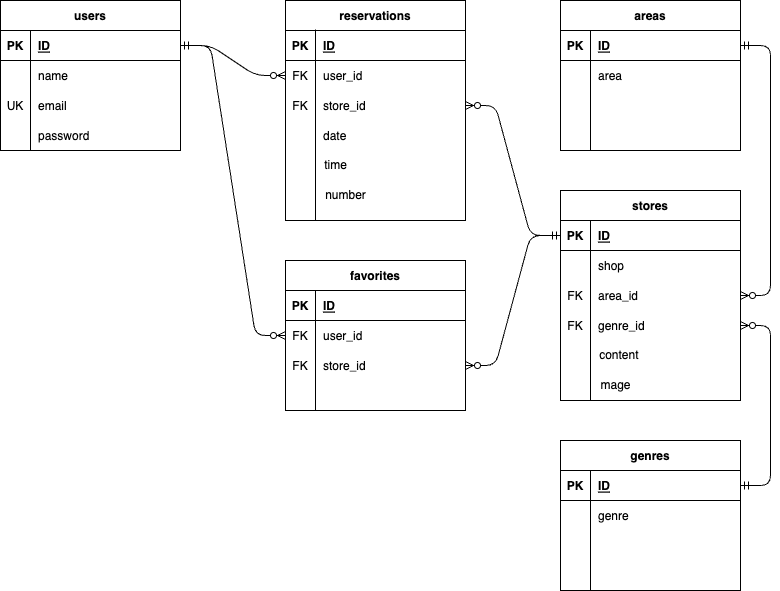
Above: src/public/image/index.drawio.png in riechii/rese (draw.io), before the change. Source tidied: cells renumbered, new cells last; positions are measured from the earlier drawing's top-left corner, leaving out a move shared by most shapes.
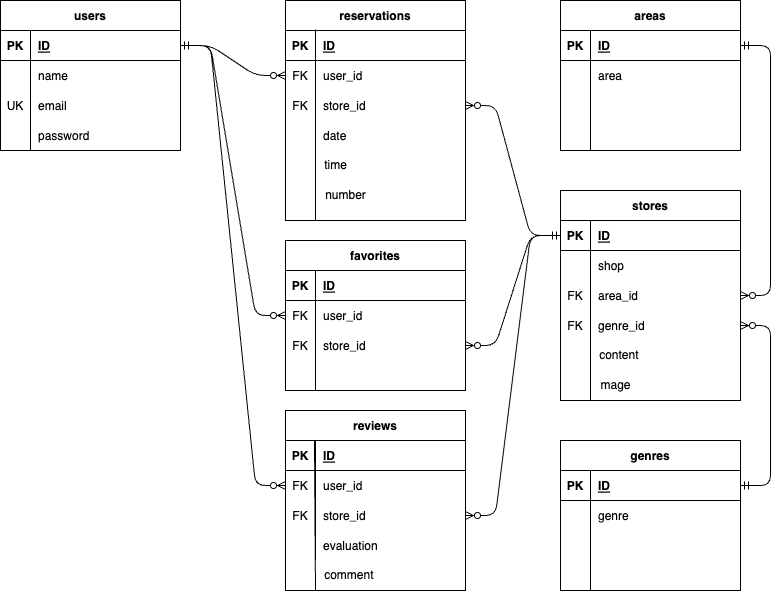
The same diagram one commit later.

Diff of the diagram source:
```diff
@@ -81,7 +81,7 @@
       <mxGeometry x="30" width="150" height="30" as="geometry" />
     </mxCell>
     <mxCell id="28" value="favorites" style="shape=table;startSize=30;rowLines=0;fontStyle=1;align=center;" parent="1" vertex="1">
-      <mxGeometry x="285" y="260" width="180" height="150" as="geometry" />
+      <mxGeometry x="285" y="240" width="180" height="150" as="geometry" />
     </mxCell>
     <mxCell id="29" style="shape=tableRow;horizontal=0;startSize=0;swimlaneHead=0;swimlaneBody=0;fillColor=none;top=0;left=0;right=0;bottom=1;" parent="28" vertex="1">
       <mxGeometry y="30" width="180" height="30" as="geometry" />
@@ -276,5 +276,56 @@
     <mxCell id="91" style="edgeStyle=entityRelationEdgeStyle;fontSize=12;html=1;endArrow=ERzeroToMany;startArrow=ERmandOne;exitX=0;exitY=0.5;exitDx=0;exitDy=0;entryX=1;entryY=0.5;entryDx=0;entryDy=0;" parent="1" edge="1" source="42" target="35">
       <mxGeometry relative="1" as="geometry" />
     </mxCell>
+    <mxCell id="92" value="reviews" style="shape=table;startSize=30;rowLines=0;fontStyle=1;align=center;" parent="1" vertex="1">
+      <mxGeometry x="285" y="410" width="180" height="180" as="geometry" />
+    </mxCell>
+    <mxCell id="93" style="shape=tableRow;horizontal=0;startSize=0;swimlaneHead=0;swimlaneBody=0;fillColor=none;points=[[0,0.5],[1,0.5]];portConstraint=eastwest;top=0;left=0;right=0;bottom=1;" parent="92" vertex="1">
+      <mxGeometry y="30" width="180" height="30" as="geometry" />
+    </mxCell>
+    <mxCell id="94" value="PK" style="shape=partialRectangle;fillColor=none;top=0;left=0;bottom=0;right=0;fontStyle=1;overflow=hidden;" parent="93" vertex="1">
+      <mxGeometry width="30" height="30" as="geometry" />
+    </mxCell>
+    <mxCell id="95" value="ID" style="shape=partialRectangle;fillColor=none;top=0;left=0;bottom=0;right=0;align=left;spacingLeft=6;fontStyle=5;overflow=hidden;" parent="93" vertex="1">
+      <mxGeometry x="30" width="150" height="30" as="geometry" />
+    </mxCell>
+    <mxCell id="96" style="shape=tableRow;horizontal=0;startSize=0;swimlaneHead=0;swimlaneBody=0;fillColor=none;points=[[0,0.5],[1,0.5]];portConstraint=eastwest;top=0;left=0;right=0;bottom=0;" parent="92" vertex="1">
+      <mxGeometry y="60" width="180" height="30" as="geometry" />
+    </mxCell>
+    <mxCell id="97" value="FK" style="shape=partialRectangle;fillColor=none;top=0;left=0;bottom=0;right=0;overflow=hidden;" parent="96" vertex="1">
+      <mxGeometry width="30" height="30" as="geometry" />
+    </mxCell>
+    <mxCell id="98" value="user_id" style="shape=partialRectangle;fillColor=none;top=0;left=0;bottom=0;right=0;align=left;spacingLeft=6;overflow=hidden;" parent="96" vertex="1">
+      <mxGeometry x="30" width="150" height="30" as="geometry" />
+    </mxCell>
+    <mxCell id="99" style="shape=tableRow;horizontal=0;startSize=0;swimlaneHead=0;swimlaneBody=0;fillColor=none;points=[[0,0.5],[1,0.5]];portConstraint=eastwest;top=0;left=0;right=0;bottom=0;" parent="92" vertex="1">
+      <mxGeometry y="90" width="180" height="30" as="geometry" />
+    </mxCell>
+    <mxCell id="100" value="FK" style="shape=partialRectangle;fillColor=none;top=0;left=0;bottom=0;right=0;overflow=hidden;" parent="99" vertex="1">
+      <mxGeometry width="30" height="30" as="geometry" />
+    </mxCell>
+    <mxCell id="101" value="store_id" style="shape=partialRectangle;fillColor=none;top=0;left=0;bottom=0;right=0;align=left;spacingLeft=6;overflow=hidden;" parent="99" vertex="1">
+      <mxGeometry x="30" width="150" height="30" as="geometry" />
+    </mxCell>
+    <mxCell id="102" style="shape=tableRow;horizontal=0;startSize=0;swimlaneHead=0;swimlaneBody=0;fillColor=none;top=0;left=0;right=0;bottom=0;" parent="92" vertex="1">
+      <mxGeometry y="120" width="180" height="30" as="geometry" />
+    </mxCell>
+    <mxCell id="103" style="shape=partialRectangle;fillColor=none;top=0;left=0;bottom=0;right=0;overflow=hidden;" parent="102" vertex="1">
+      <mxGeometry width="30" height="30" as="geometry" />
+    </mxCell>
+    <mxCell id="104" value="evaluation" style="shape=partialRectangle;fillColor=none;top=0;left=0;bottom=0;right=0;align=left;spacingLeft=6;overflow=hidden;" parent="102" vertex="1">
+      <mxGeometry x="30" width="150" height="30" as="geometry" />
+    </mxCell>
+    <mxCell id="105" value="&amp;nbsp; comment" style="text;html=1;align=center;verticalAlign=middle;points=[];strokeColor=none;fillColor=none;" parent="1" vertex="1">
+      <mxGeometry x="305" y="560" width="80" height="30" as="geometry" />
+    </mxCell>
+    <mxCell id="106" style="endArrow=none;html=1;rounded=0;entryX=0.161;entryY=0.017;entryDx=0;entryDy=0;entryPerimeter=0;exitX=0.125;exitY=0.983;exitDx=0;exitDy=0;exitPerimeter=0;" parent="1" edge="1" source="105" target="93">
+      <mxGeometry relative="1" as="geometry" />
+    </mxCell>
+    <mxCell id="107" style="edgeStyle=entityRelationEdgeStyle;fontSize=12;html=1;endArrow=ERzeroToMany;startArrow=ERmandOne;entryX=0;entryY=0.5;entryDx=0;entryDy=0;exitX=1;exitY=0.5;exitDx=0;exitDy=0;" parent="1" edge="1" source="3" target="96">
+      <mxGeometry relative="1" as="geometry" />
+    </mxCell>
+    <mxCell id="108" style="edgeStyle=entityRelationEdgeStyle;fontSize=12;html=1;endArrow=ERzeroToMany;startArrow=ERmandOne;entryX=1;entryY=0.5;entryDx=0;entryDy=0;exitX=0;exitY=0.5;exitDx=0;exitDy=0;" parent="1" edge="1" source="42" target="99">
+      <mxGeometry relative="1" as="geometry" />
+    </mxCell>
   </root>
 </mxGraphModel>
```
